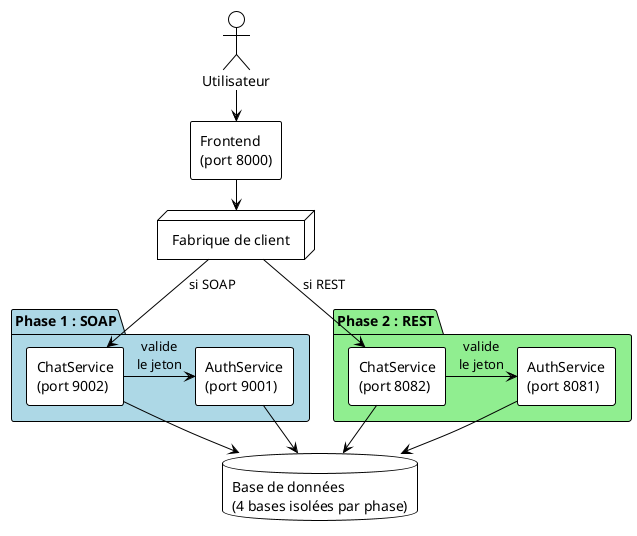
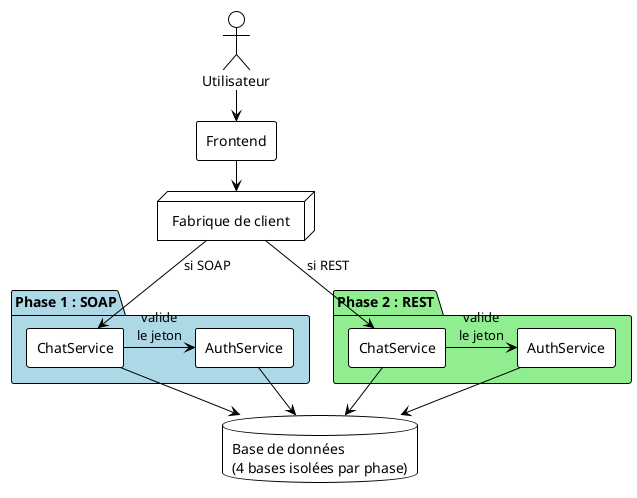
@startuml architecture-globale-simple
!theme plain
skinparam backgroundColor #FFFFFF
skinparam componentStyle rectangle
skinparam defaultFontName "Helvetica"
skinparam ranksep 30
skinparam nodesep 25

actor "Utilisateur" as user

- [Frontend\n(port 8000)] as frontend
+ [Frontend] as frontend

node "Fabrique de client" as factory

package "Phase 1 : SOAP" #LightBlue {
-   [ChatService\n(port 9002)] as chatSoap
-   [AuthService\n(port 9001)] as authSoap
+   [ChatService] as chatSoap
+   [AuthService] as authSoap
  chatSoap -right-> authSoap : valide\nle jeton
}

package "Phase 2 : REST" #LightGreen {
-   [ChatService\n(port 8082)] as chatRest
-   [AuthService\n(port 8081)] as authRest
+   [ChatService] as chatRest
+   [AuthService] as authRest
  chatRest -right-> authRest : valide\nle jeton
}

database "Base de données\n(4 bases isolées par phase)" as pg

user --> frontend
frontend --> factory
factory --> chatSoap : si SOAP
factory --> chatRest : si REST

authSoap --> pg
chatSoap --> pg
authRest --> pg
chatRest --> pg

@enduml
